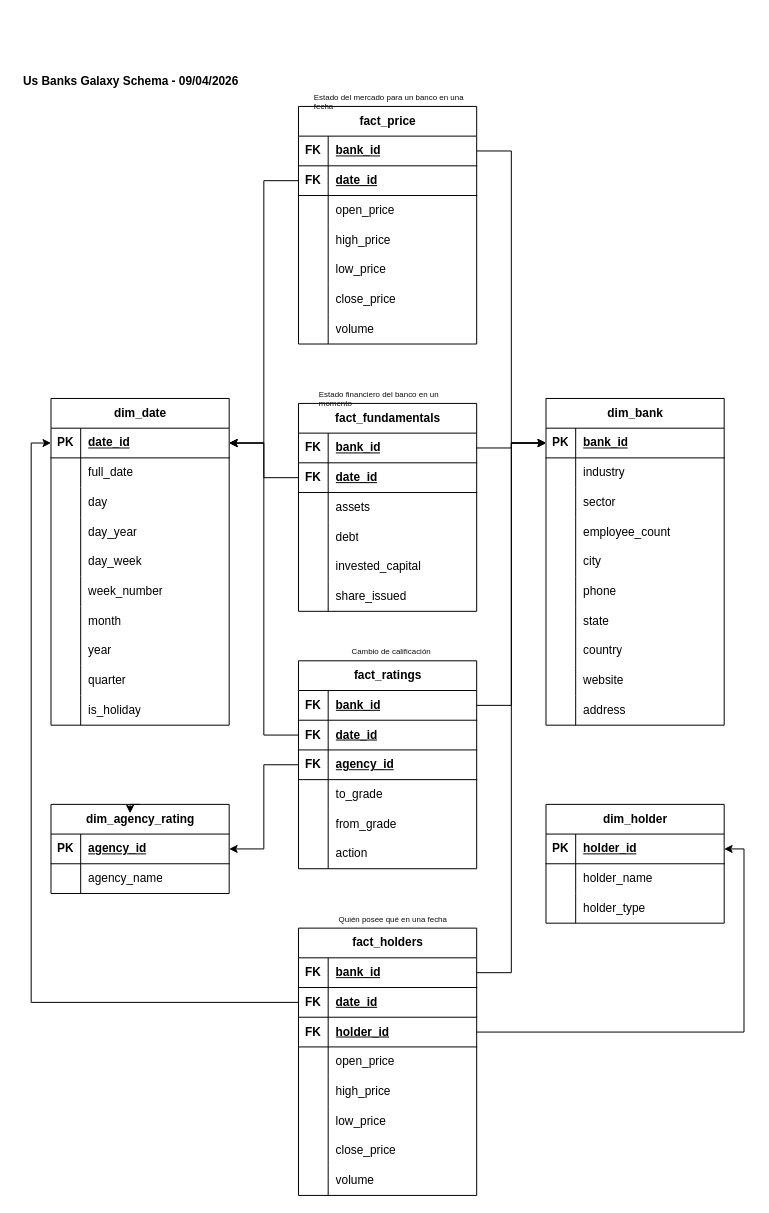
This is docs/us_banks_schema.drawio from vladimircuriel/sb-data-engineering-pipeline, a draw.io file, before an edit. Source tidied: cells renumbered, new cells numbered last; positions are measured from the earlier drawing's top-left corner, leaving out a move shared by most shapes. Both pictures are drawn from the tidied source at 99%, with x=0, y=0 at pixel (17, 66).
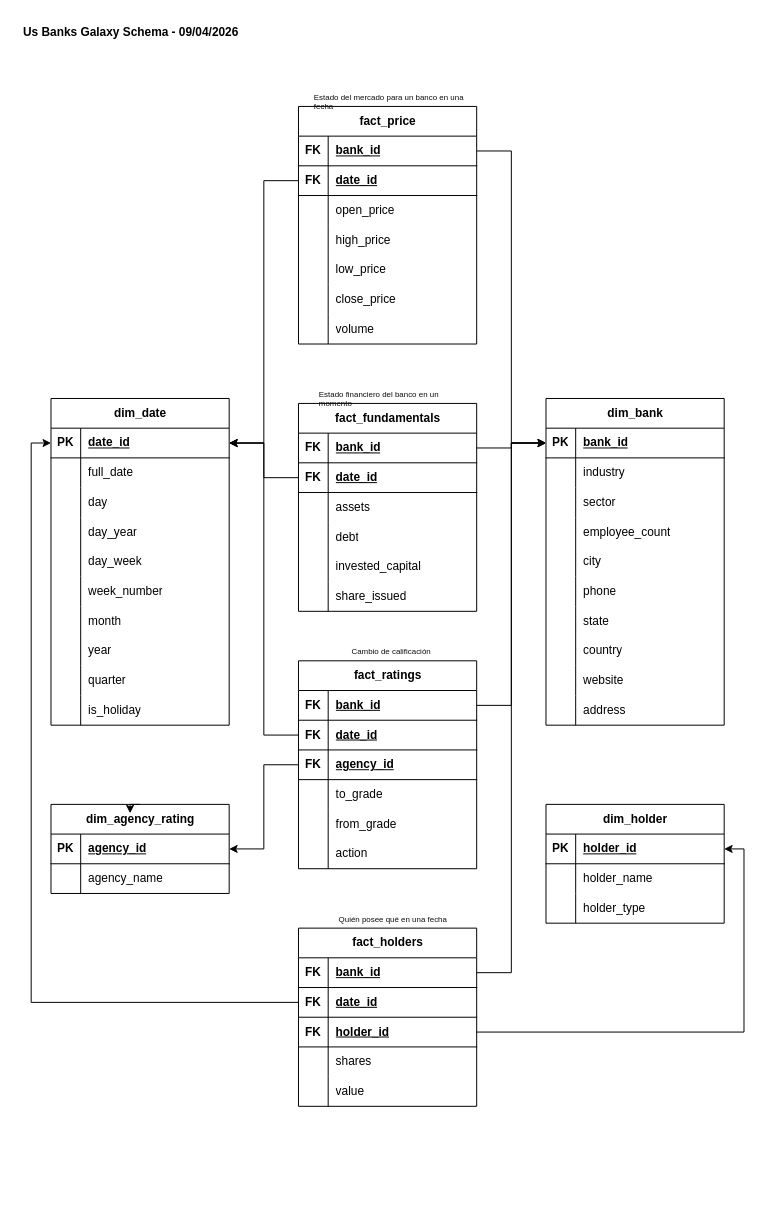
The same diagram, later.

Commit message:
fix: update us_banks_schema

Unchanged cells that the change refers to:
```xml
<mxCell id="96" style="shape=tableRow;horizontal=0;startSize=0;swimlaneHead=0;swimlaneBody=0;fillColor=none;top=0;left=0;right=0;bottom=0;swimlaneFillColor=default;" parent="86" vertex="1">
  <mxGeometry y="120" width="180" height="30" as="geometry" />
</mxCell>
<mxCell id="99" style="shape=tableRow;horizontal=0;startSize=0;swimlaneHead=0;swimlaneBody=0;fillColor=none;top=0;left=0;right=0;bottom=0;swimlaneFillColor=default;" parent="86" vertex="1">
  <mxGeometry y="150" width="180" height="30" as="geometry" />
</mxCell>
```

Diff of the diagram source:
```diff
@@
     <mxCell id="86" value="&lt;div&gt;fact_holders&lt;/div&gt;" style="shape=table;startSize=30;childLayout=tableLayout;rowLines=0;fontStyle=1;align=center;html=1;swimlaneFillColor=default;gradientColor=none;" parent="1" vertex="1">
-      <mxGeometry x="284" y="870" width="180" height="270" as="geometry" />
+      <mxGeometry x="284" y="870" width="180" height="180" as="geometry" />
     </mxCell>
@@
-    <mxCell id="98" value="open_price" style="shape=partialRectangle;fillColor=none;top=0;left=0;bottom=0;right=0;align=left;spacingLeft=6;overflow=hidden;whiteSpace=wrap;html=1;swimlaneFillColor=default;" parent="96" vertex="1">
+    <mxCell id="98" value="shares" style="shape=partialRectangle;fillColor=none;top=0;left=0;bottom=0;right=0;align=left;spacingLeft=6;overflow=hidden;whiteSpace=wrap;html=1;swimlaneFillColor=default;" parent="96" vertex="1">
       <mxGeometry x="30" width="150" height="30" as="geometry" />
     </mxCell>
@@
-    <mxCell id="101" value="&lt;div&gt;high_price&lt;/div&gt;" style="shape=partialRectangle;fillColor=none;top=0;left=0;bottom=0;right=0;align=left;spacingLeft=6;overflow=hidden;whiteSpace=wrap;html=1;swimlaneFillColor=default;" parent="99" vertex="1">
+    <mxCell id="101" value="value" style="shape=partialRectangle;fillColor=none;top=0;left=0;bottom=0;right=0;align=left;spacingLeft=6;overflow=hidden;whiteSpace=wrap;html=1;swimlaneFillColor=default;" parent="99" vertex="1">
       <mxGeometry x="30" width="150" height="30" as="geometry" />
     </mxCell>
-    <mxCell id="102" style="shape=tableRow;horizontal=0;startSize=0;swimlaneHead=0;swimlaneBody=0;fillColor=none;top=0;left=0;right=0;bottom=0;swimlaneFillColor=default;" parent="86" vertex="1">
-      <mxGeometry y="180" width="180" height="30" as="geometry" />
-    </mxCell>
-    <mxCell id="103" style="shape=partialRectangle;fillColor=none;top=0;left=0;bottom=0;right=0;overflow=hidden;whiteSpace=wrap;html=1;swimlaneFillColor=default;" parent="102" vertex="1">
-      <mxGeometry width="30" height="30" as="geometry" />
-    </mxCell>
-    <mxCell id="104" value="low_price" style="shape=partialRectangle;fillColor=none;top=0;left=0;bottom=0;right=0;align=left;spacingLeft=6;overflow=hidden;whiteSpace=wrap;html=1;swimlaneFillColor=default;" parent="102" vertex="1">
-      <mxGeometry x="30" width="150" height="30" as="geometry" />
-    </mxCell>
-    <mxCell id="105" style="shape=tableRow;horizontal=0;startSize=0;swimlaneHead=0;swimlaneBody=0;fillColor=none;top=0;left=0;right=0;bottom=0;swimlaneFillColor=default;" parent="86" vertex="1">
-      <mxGeometry y="210" width="180" height="30" as="geometry" />
-    </mxCell>
-    <mxCell id="106" style="shape=partialRectangle;fillColor=none;top=0;left=0;bottom=0;right=0;overflow=hidden;whiteSpace=wrap;html=1;swimlaneFillColor=default;" parent="105" vertex="1">
-      <mxGeometry width="30" height="30" as="geometry" />
-    </mxCell>
-    <mxCell id="107" value="close_price" style="shape=partialRectangle;fillColor=none;top=0;left=0;bottom=0;right=0;align=left;spacingLeft=6;overflow=hidden;whiteSpace=wrap;html=1;swimlaneFillColor=default;" parent="105" vertex="1">
-      <mxGeometry x="30" width="150" height="30" as="geometry" />
-    </mxCell>
-    <mxCell id="108" style="shape=tableRow;horizontal=0;startSize=0;swimlaneHead=0;swimlaneBody=0;fillColor=none;top=0;left=0;right=0;bottom=0;swimlaneFillColor=default;" parent="86" vertex="1">
-      <mxGeometry y="240" width="180" height="30" as="geometry" />
-    </mxCell>
-    <mxCell id="109" style="shape=partialRectangle;fillColor=none;top=0;left=0;bottom=0;right=0;overflow=hidden;whiteSpace=wrap;html=1;swimlaneFillColor=default;" parent="108" vertex="1">
-      <mxGeometry width="30" height="30" as="geometry" />
-    </mxCell>
-    <mxCell id="110" value="&lt;div&gt;volume&lt;/div&gt;" style="shape=partialRectangle;fillColor=none;top=0;left=0;bottom=0;right=0;align=left;spacingLeft=6;overflow=hidden;whiteSpace=wrap;html=1;swimlaneFillColor=default;" parent="108" vertex="1">
-      <mxGeometry x="30" width="150" height="30" as="geometry" />
-    </mxCell>
@@
     <mxCell id="181" value="Us Banks Galaxy Schema - 09/04/2026" style="text;html=1;whiteSpace=wrap;strokeColor=none;fillColor=none;align=center;verticalAlign=middle;rounded=0;fontStyle=1;" parent="1" vertex="1">
-      <mxGeometry width="230" height="30" as="geometry" />
+      <mxGeometry y="-50" width="230" height="30" as="geometry" />
     </mxCell>
```
